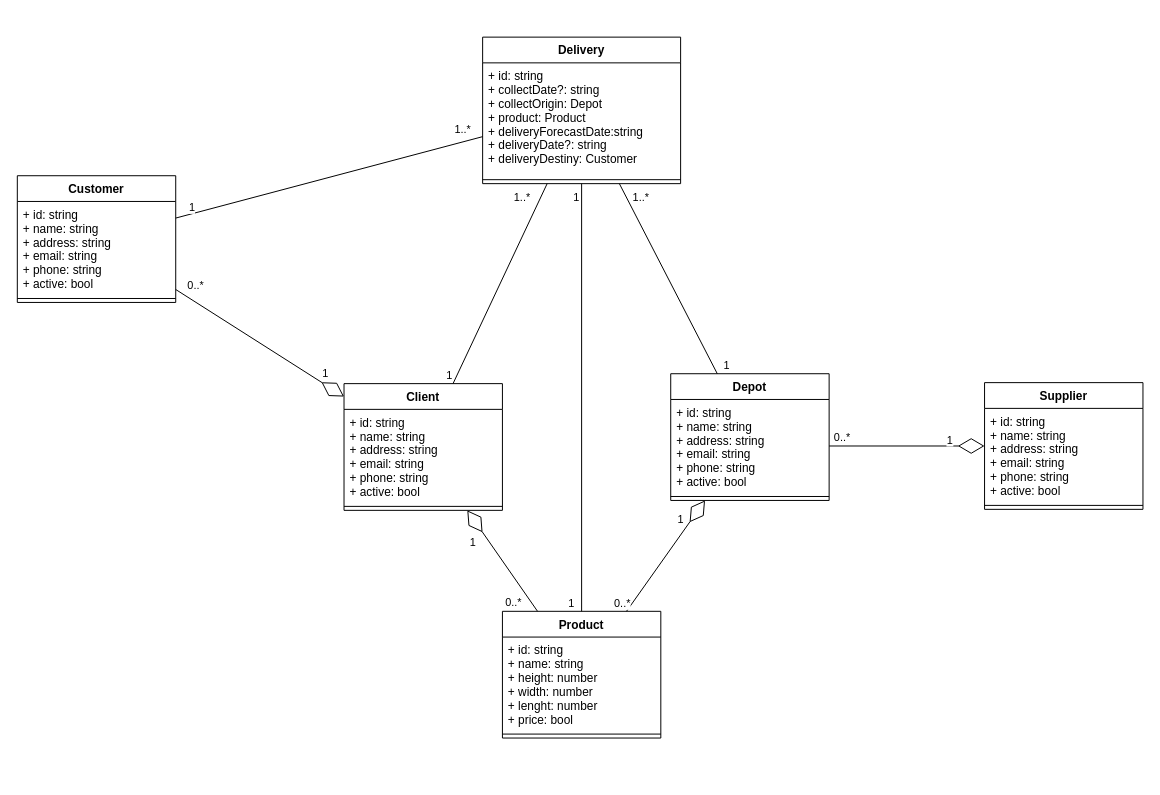
This is project/diagrams/class-diagrams/class-persistence/class-persistence.drawio from bitols/logistics-services-management, a draw.io file, before an edit. Source tidied: cells renumbered, new cells numbered last; positions are measured from the earlier drawing's top-left corner, leaving out a move shared by most shapes. Both pictures are drawn from the tidied source at 99%, with x=0, y=0 at pixel (17, 37).
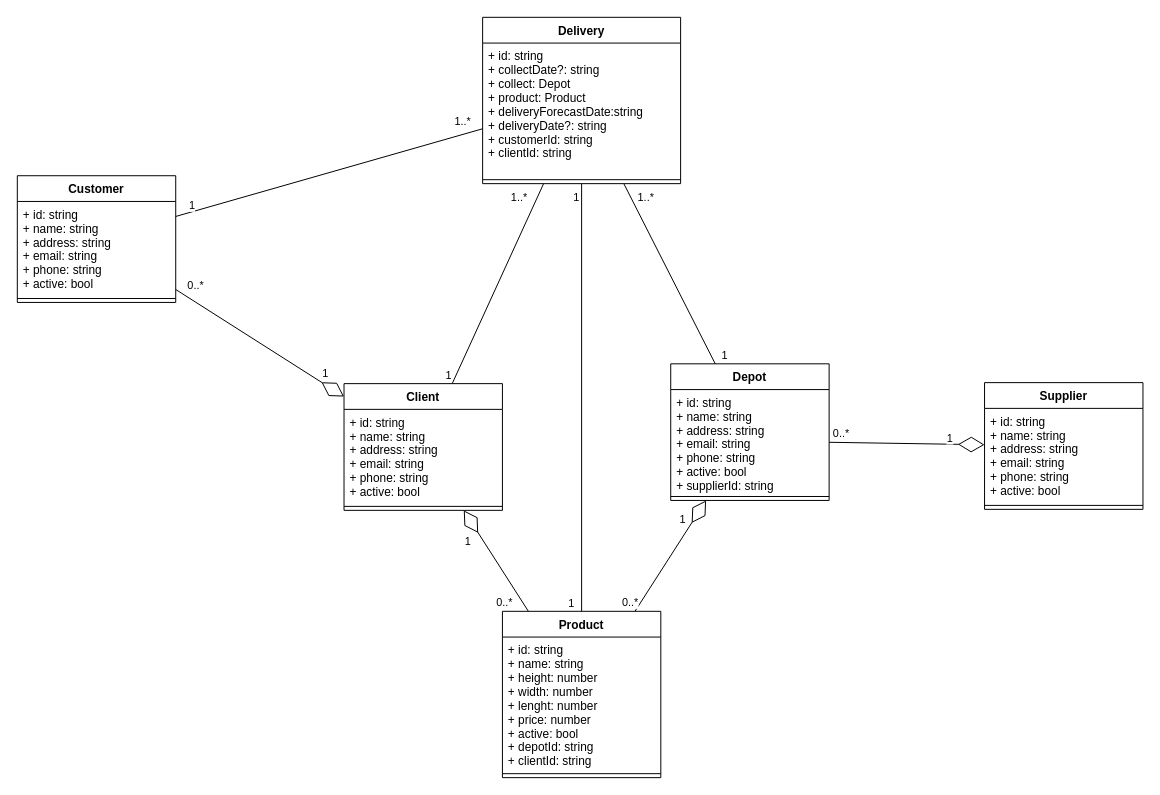
After the change.

Diff of the diagram source:
```diff
@@
     <mxCell id="2" value="Delivery" style="swimlane;fontStyle=1;align=center;verticalAlign=top;horizontal=1;startSize=26;" parent="1" vertex="1">
-      <mxGeometry x="470" width="200" height="148" as="geometry" />
+      <mxGeometry x="470" y="-20" width="200" height="168" as="geometry" />
     </mxCell>
-    <mxCell id="3" value="+ id: string&#10;+ collectDate?: string&#10;+ collectOrigin: Depot&#10;+ product: Product&#10;+ deliveryForecastDate:string&#10;+ deliveryDate?: string&#10;+ deliveryDestiny: Customer&#10;" style="text;strokeColor=none;fillColor=none;align=left;verticalAlign=top;spacingLeft=4;spacingRight=4;overflow=hidden;" parent="2" vertex="1">
-      <mxGeometry y="26" width="200" height="114" as="geometry" />
+    <mxCell id="3" value="+ id: string&#10;+ collectDate?: string&#10;+ collect: Depot&#10;+ product: Product&#10;+ deliveryForecastDate:string&#10;+ deliveryDate?: string&#10;+ customerId: string&#10;+ clientId: string&#10;" style="text;strokeColor=none;fillColor=none;align=left;verticalAlign=top;spacingLeft=4;spacingRight=4;overflow=hidden;" parent="2" vertex="1">
+      <mxGeometry y="26" width="200" height="134" as="geometry" />
     </mxCell>
     <mxCell id="4" style="line;strokeWidth=1;fillColor=none;align=left;verticalAlign=middle;spacingTop=-1;spacingLeft=3;spacingRight=3;labelPosition=right;" parent="2" vertex="1">
-      <mxGeometry y="140" width="200" height="8" as="geometry" />
+      <mxGeometry y="160" width="200" height="8" as="geometry" />
     </mxCell>
@@
     <mxCell id="11" value="Depot" style="swimlane;fontStyle=1;align=center;verticalAlign=top;horizontal=1;startSize=26;" parent="1" vertex="1">
-      <mxGeometry x="660" y="340" width="160" height="128" as="geometry" />
+      <mxGeometry x="660" y="330" width="160" height="138" as="geometry" />
     </mxCell>
-    <mxCell id="12" value="+ id: string&#10;+ name: string&#10;+ address: string&#10;+ email: string&#10;+ phone: string&#10;+ active: bool" style="text;strokeColor=none;fillColor=none;align=left;verticalAlign=top;spacingLeft=4;spacingRight=4;overflow=hidden;points=[[0,0.5],[1,0.5]];portConstraint=eastwest;" parent="11" vertex="1">
-      <mxGeometry y="26" width="160" height="94" as="geometry" />
+    <mxCell id="12" value="+ id: string&#10;+ name: string&#10;+ address: string&#10;+ email: string&#10;+ phone: string&#10;+ active: bool&#10;+ supplierId: string" style="text;strokeColor=none;fillColor=none;align=left;verticalAlign=top;spacingLeft=4;spacingRight=4;overflow=hidden;points=[[0,0.5],[1,0.5]];portConstraint=eastwest;" parent="11" vertex="1">
+      <mxGeometry y="26" width="160" height="104" as="geometry" />
     </mxCell>
     <mxCell id="13" style="line;strokeWidth=1;fillColor=none;align=left;verticalAlign=middle;spacingTop=-1;spacingLeft=3;spacingRight=3;labelPosition=right;" parent="11" vertex="1">
-      <mxGeometry y="120" width="160" height="8" as="geometry" />
+      <mxGeometry y="130" width="160" height="8" as="geometry" />
     </mxCell>
@@
     <mxCell id="17" value="Product" style="swimlane;fontStyle=1;align=center;verticalAlign=top;horizontal=1;startSize=26;" parent="1" vertex="1">
-      <mxGeometry x="490" y="580" width="160" height="128" as="geometry" />
+      <mxGeometry x="490" y="580" width="160" height="168" as="geometry" />
     </mxCell>
-    <mxCell id="18" value="+ id: string&#10;+ name: string&#10;+ height: number&#10;+ width: number&#10;+ lenght: number&#10;+ price: bool" style="text;strokeColor=none;fillColor=none;align=left;verticalAlign=top;spacingLeft=4;spacingRight=4;overflow=hidden;" parent="17" vertex="1">
-      <mxGeometry y="26" width="160" height="94" as="geometry" />
+    <mxCell id="18" value="+ id: string&#10;+ name: string&#10;+ height: number&#10;+ width: number&#10;+ lenght: number&#10;+ price: number&#10;+ active: bool&#10;+ depotId: string&#10;+ clientId: string" style="text;strokeColor=none;fillColor=none;align=left;verticalAlign=top;spacingLeft=4;spacingRight=4;overflow=hidden;" parent="17" vertex="1">
+      <mxGeometry y="26" width="160" height="134" as="geometry" />
     </mxCell>
     <mxCell id="19" style="line;strokeWidth=1;fillColor=none;align=left;verticalAlign=middle;spacingTop=-1;spacingLeft=3;spacingRight=3;labelPosition=right;" parent="17" vertex="1">
-      <mxGeometry y="120" width="160" height="8" as="geometry" />
+      <mxGeometry y="160" width="160" height="8" as="geometry" />
     </mxCell>
```
